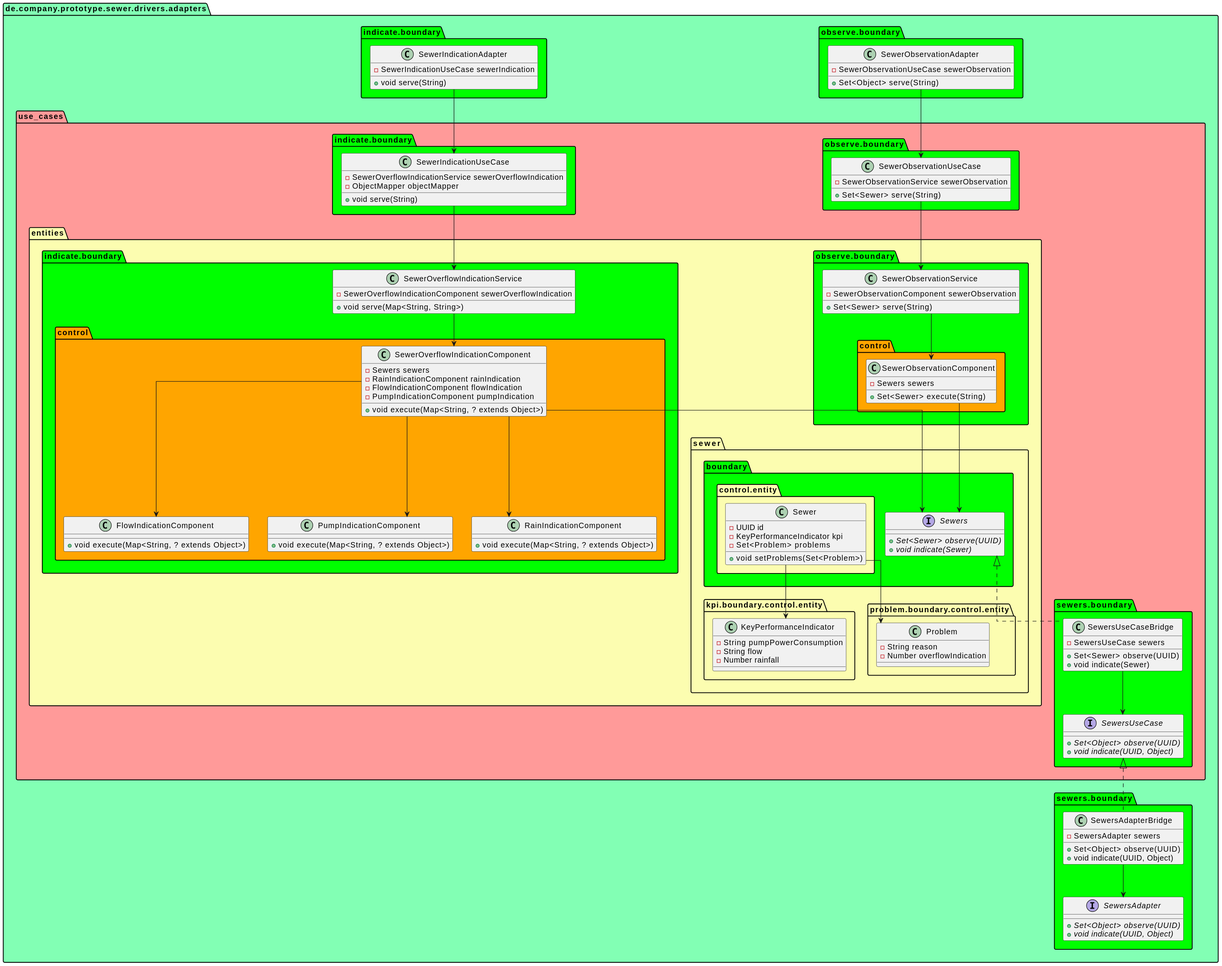
The PlantUML diagram doc/uml/svg/adapters.svg in Pankraz76/sewers2, before a commit.
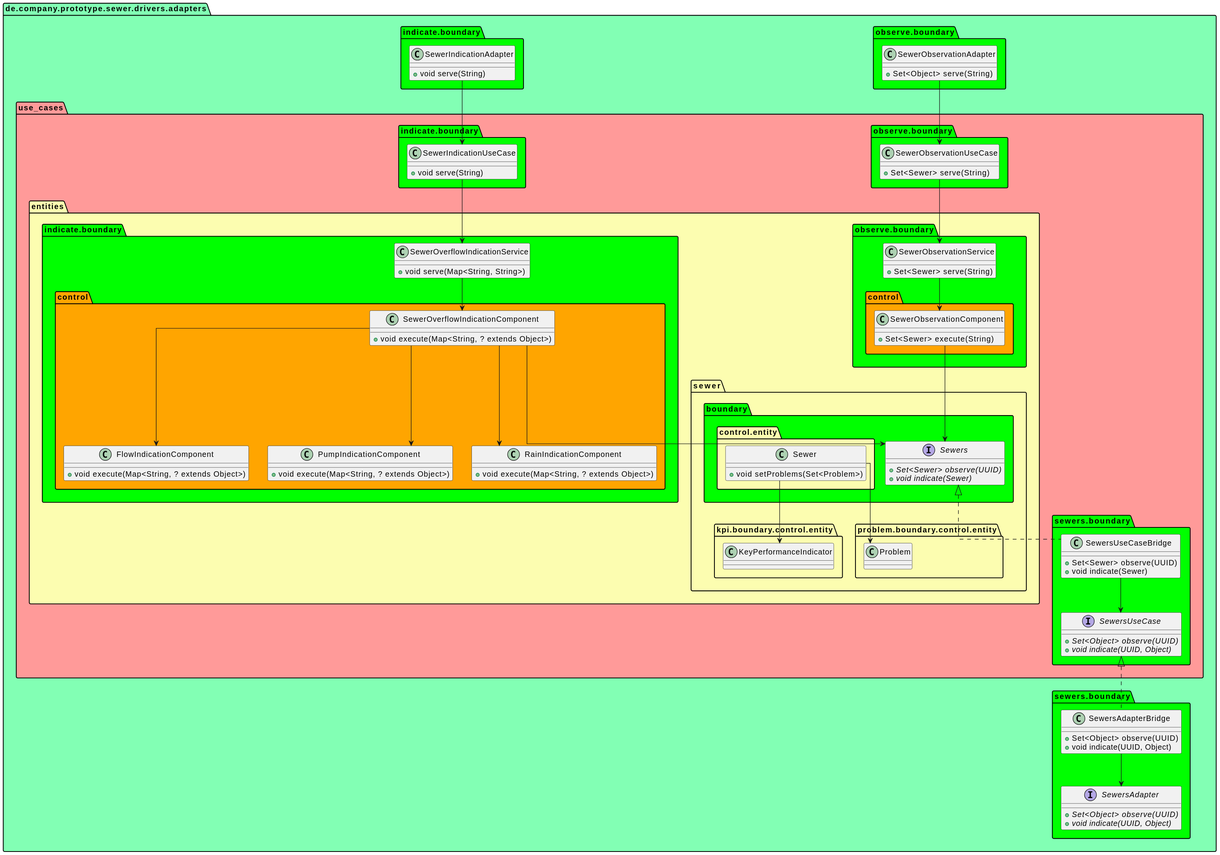
The same diagram one commit later.

Change to the diagram source:
```diff
@@ -27,13 +27,9 @@
 package boundary as de.company.prototype.sewer.drivers.adapters.use_cases.sewers.boundary #lime {}
 
 class "SewerIndicationAdapter" as de.company.prototype.sewer.drivers.adapters.indicate.boundary.SewerIndicationAdapter {
-  -SewerIndicationUseCase sewerIndication
-  __
   +void serve(String)
 }
 class "SewerObservationAdapter" as de.company.prototype.sewer.drivers.adapters.observe.boundary.SewerObservationAdapter {
-  -SewerObservationUseCase sewerObservation
-  __
   +Set<Object> serve(String)
 }
 interface "SewersAdapter" as de.company.prototype.sewer.drivers.adapters.sewers.boundary.SewersAdapter {
@@ -41,14 +37,10 @@
   + {abstract}void indicate(UUID, Object)
 }
 class "SewersAdapterBridge" as de.company.prototype.sewer.drivers.adapters.sewers.boundary.SewersAdapterBridge {
-  -SewersAdapter sewers
-  __
   +Set<Object> observe(UUID)
   +void indicate(UUID, Object)
 }
 class "SewerOverflowIndicationService" as de.company.prototype.sewer.drivers.adapters.use_cases.entities.indicate.boundary.SewerOverflowIndicationService {
-  -SewerOverflowIndicationComponent sewerOverflowIndication
-  __
   +void serve(Map<String, String>)
 }
 class "FlowIndicationComponent" as de.company.prototype.sewer.drivers.adapters.use_cases.entities.indicate.boundary.control.FlowIndicationComponent {
@@ -61,21 +53,12 @@
   +void execute(Map<String, ? extends Object>)
 }
 class "SewerOverflowIndicationComponent" as de.company.prototype.sewer.drivers.adapters.use_cases.entities.indicate.boundary.control.SewerOverflowIndicationComponent {
-  -Sewers sewers
-  -RainIndicationComponent rainIndication
-  -FlowIndicationComponent flowIndication
-  -PumpIndicationComponent pumpIndication
-  __
   +void execute(Map<String, ? extends Object>)
 }
 class "SewerObservationService" as de.company.prototype.sewer.drivers.adapters.use_cases.entities.observe.boundary.SewerObservationService {
-  -SewerObservationComponent sewerObservation
-  __
   +Set<Sewer> serve(String)
 }
 class "SewerObservationComponent" as de.company.prototype.sewer.drivers.adapters.use_cases.entities.observe.boundary.control.SewerObservationComponent {
-  -Sewers sewers
-  __
   +Set<Sewer> execute(String)
 }
 interface "Sewers" as de.company.prototype.sewer.drivers.adapters.use_cases.entities.sewer.boundary.Sewers {
@@ -83,30 +66,16 @@
   + {abstract}void indicate(Sewer)
 }
 class "Sewer" as de.company.prototype.sewer.drivers.adapters.use_cases.entities.sewer.boundary.control.entity.Sewer {
-  -UUID id
-  -KeyPerformanceIndicator kpi
-  -Set<Problem> problems
-  __
   +void setProblems(Set<Problem>)
 }
 class "KeyPerformanceIndicator" as de.company.prototype.sewer.drivers.adapters.use_cases.entities.sewer.kpi.boundary.control.entity.KeyPerformanceIndicator {
-  -String pumpPowerConsumption
-  -String flow
-  -Number rainfall
 }
 class "Problem" as de.company.prototype.sewer.drivers.adapters.use_cases.entities.sewer.problem.boundary.control.entity.Problem {
-  -String reason
-  -Number overflowIndication
 }
 class "SewerIndicationUseCase" as de.company.prototype.sewer.drivers.adapters.use_cases.indicate.boundary.SewerIndicationUseCase {
-  -SewerOverflowIndicationService sewerOverflowIndication
-  -ObjectMapper objectMapper
-  __
   +void serve(String)
 }
 class "SewerObservationUseCase" as de.company.prototype.sewer.drivers.adapters.use_cases.observe.boundary.SewerObservationUseCase {
-  -SewerObservationService sewerObservation
-  __
   +Set<Sewer> serve(String)
 }
 interface "SewersUseCase" as de.company.prototype.sewer.drivers.adapters.use_cases.sewers.boundary.SewersUseCase {
@@ -114,8 +83,6 @@
   + {abstract}void indicate(UUID, Object)
 }
 class "SewersUseCaseBridge" as de.company.prototype.sewer.drivers.adapters.use_cases.sewers.boundary.SewersUseCaseBridge {
-  -SewersUseCase sewers
-  __
   +Set<Sewer> observe(UUID)
   +void indicate(Sewer)
 }
```
